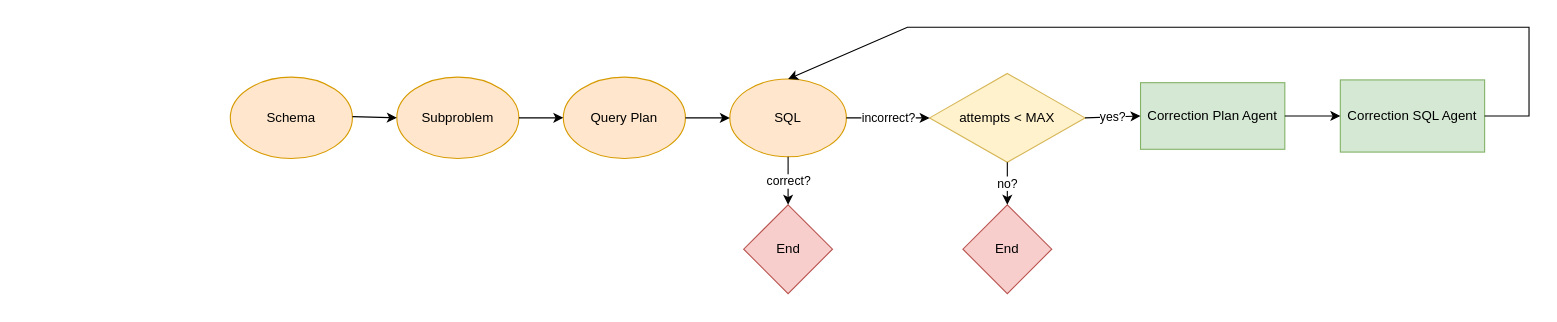
The draw.io diagram flowchart.drawio in shollercoaster/multiagent-finetuning, before the edit. Source tidied: cells renumbered, new cells numbered last; positions are measured from the earlier drawing's top-left corner, leaving out a move shared by most shapes. Both pictures are drawn from the tidied source at 111%, with x=0, y=0 at pixel (230, 27).
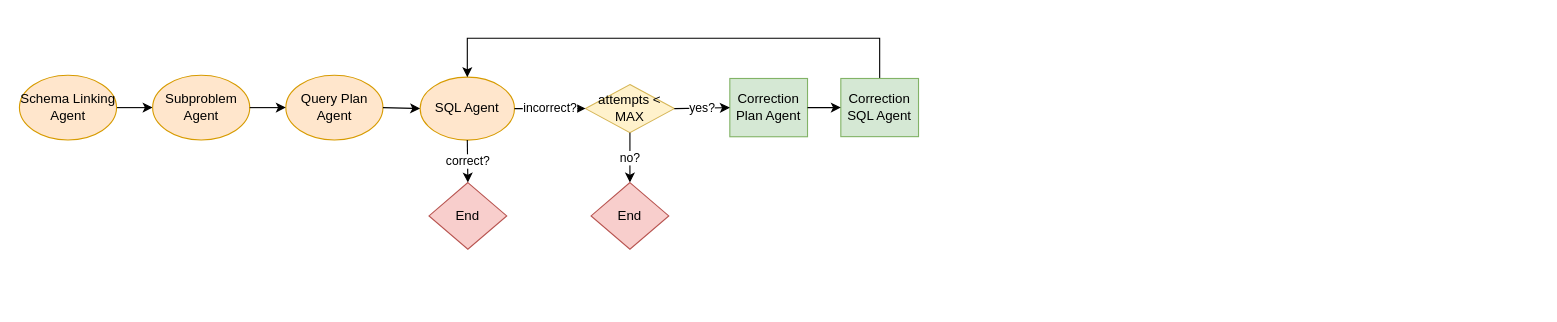
Above is the later version.

Diff of the diagram source:
```diff
@@
+    <mxCell id="21" style="edgeStyle=orthogonalEdgeStyle;rounded=0;jettySize=auto;html=1;exitX=1;exitY=0.5;exitDx=0;exitDy=0;entryX=0;entryY=0.5;entryDx=0;entryDy=0;" parent="1" edge="1" source="2" target="3">
+      <mxGeometry relative="1" as="geometry" />
+    </mxCell>
-    <mxCell id="2" value="Schema" style="ellipse;whiteSpace=wrap;html=1;fillColor=#ffe6cc;strokeColor=#d79b00;" parent="1" vertex="1">
-      <mxGeometry y="45" width="110" height="73.3" as="geometry" />
+    <mxCell id="2" value="Schema Linking Agent" style="ellipse;whiteSpace=wrap;html=1;fillColor=#ffe6cc;strokeColor=#d79b00;" parent="1" vertex="1">
+      <mxGeometry x="-190" y="43.3" width="87.5" height="58.3" as="geometry" />
     </mxCell>
-    <mxCell id="3" value="Subproblem" style="ellipse;whiteSpace=wrap;html=1;fillColor=#ffe6cc;strokeColor=#d79b00;" parent="1" vertex="1">
-      <mxGeometry x="150" y="45" width="110" height="73.3" as="geometry" />
+    <mxCell id="3" value="Subproblem Agent" style="ellipse;whiteSpace=wrap;html=1;fillColor=#ffe6cc;strokeColor=#d79b00;" parent="1" vertex="1">
+      <mxGeometry x="-70" y="43.3" width="87.5" height="58.3" as="geometry" />
     </mxCell>
-    <mxCell id="4" value="Query Plan" style="ellipse;whiteSpace=wrap;html=1;fillColor=#ffe6cc;strokeColor=#d79b00;" parent="1" vertex="1">
-      <mxGeometry x="300" y="45" width="110" height="73.3" as="geometry" />
+    <mxCell id="4" value="Query Plan Agent" style="ellipse;whiteSpace=wrap;html=1;fillColor=#ffe6cc;strokeColor=#d79b00;" parent="1" vertex="1">
+      <mxGeometry x="50" y="43.3" width="87.5" height="58.3" as="geometry" />
     </mxCell>
-    <mxCell id="5" value="SQL" style="ellipse;whiteSpace=wrap;html=1;fillColor=#ffe6cc;strokeColor=#d79b00;" parent="1" vertex="1">
-      <mxGeometry x="450" y="46.7" width="105" height="70" as="geometry" />
+    <mxCell id="5" value="SQL Agent" style="ellipse;whiteSpace=wrap;html=1;fillColor=#ffe6cc;strokeColor=#d79b00;" parent="1" vertex="1">
+      <mxGeometry x="171" y="45" width="85" height="56.7" as="geometry" />
     </mxCell>
-    <mxCell id="6" style="endArrow=classic;html=1;rounded=0;entryX=0;entryY=0.5;entryDx=0;entryDy=0;" parent="1" edge="1" target="3">
-      <mxGeometry relative="1" as="geometry">
-        <mxPoint x="110" y="80.6" as="sourcePoint" />
-      </mxGeometry>
-    </mxCell>
@@
     <mxCell id="9" value="End" style="rhombus;whiteSpace=wrap;html=1;fillColor=#f8cecc;strokeColor=#b85450;" parent="1" vertex="1">
-      <mxGeometry x="462.5" y="160" width="80" height="80" as="geometry" />
+      <mxGeometry x="179" y="140" width="70" height="60" as="geometry" />
     </mxCell>
@@
     <mxCell id="11" value="attempts &amp;lt; MAX" style="rhombus;whiteSpace=wrap;html=1;fillColor=#fff2cc;strokeColor=#d6b656;" parent="1" vertex="1">
-      <mxGeometry x="630" y="41.7" width="140" height="80" as="geometry" />
+      <mxGeometry x="320" y="51.7" width="80" height="43.3" as="geometry" />
     </mxCell>
@@
-    <mxCell id="13" value="End" style="rhombus;whiteSpace=wrap;html=1;fillColor=#f8cecc;strokeColor=#b85450;" parent="1" vertex="1">
-      <mxGeometry x="660" y="160" width="80" height="80" as="geometry" />
-    </mxCell>
     <mxCell id="14" value="no?" style="endArrow=classic;html=1;rounded=0;exitX=0.5;exitY=1;exitDx=0;exitDy=0;entryX=0.5;entryY=0;entryDx=0;entryDy=0;" parent="1" edge="1" source="11" target="13">
-      <mxGeometry relative="1" as="geometry" />
+      <mxGeometry relative="1" as="geometry">
+        <Array as="points">
+          <mxPoint x="360" y="140" />
+        </Array>
+      </mxGeometry>
     </mxCell>
     <mxCell id="15" value="Correction Plan Agent" style="rounded=0;whiteSpace=wrap;html=1;fillColor=#d5e8d4;strokeColor=#82b366;" parent="1" vertex="1">
-      <mxGeometry x="820" y="50" width="130" height="60" as="geometry" />
+      <mxGeometry x="450" y="46.2" width="70" height="52.5" as="geometry" />
     </mxCell>
@@
+    <mxCell id="19" style="edgeStyle=orthogonalEdgeStyle;rounded=0;jettySize=auto;html=1;exitX=0.5;exitY=0;exitDx=0;exitDy=0;entryX=0.5;entryY=0;entryDx=0;entryDy=0;" parent="1" edge="1" source="17" target="5">
+      <mxGeometry relative="1" as="geometry">
+        <Array as="points">
+          <mxPoint x="585" y="10" />
+          <mxPoint x="214" y="10" />
+        </Array>
+      </mxGeometry>
+    </mxCell>
     <mxCell id="17" value="Correction SQL Agent" style="rounded=0;whiteSpace=wrap;html=1;fillColor=#d5e8d4;strokeColor=#82b366;" parent="1" vertex="1">
-      <mxGeometry x="1000" y="47.5" width="130" height="65" as="geometry" />
+      <mxGeometry x="550" y="46.2" width="70" height="52.4" as="geometry" />
     </mxCell>
@@
-    <mxCell id="19" style="endArrow=classic;html=1;rounded=0;exitX=1;exitY=0.5;exitDx=0;exitDy=0;entryX=0.5;entryY=0;entryDx=0;entryDy=0;" parent="1" edge="1" source="17" target="5">
-      <mxGeometry relative="1" as="geometry">
-        <Array as="points">
-          <mxPoint x="1170" y="80" />
-          <mxPoint x="1170" y="40" />
-          <mxPoint x="1170" />
-          <mxPoint x="610" />
-        </Array>
-      </mxGeometry>
-    </mxCell>
-    <mxCell id="20" style="edgeStyle=orthogonalEdgeStyle;rounded=0;orthogonalLoop=1;jettySize=auto;html=1;exitX=0.5;exitY=1;exitDx=0;exitDy=0;" parent="1" edge="1" source="13" target="13">
-      <mxGeometry relative="1" as="geometry" />
+    <mxCell id="20" style="edgeStyle=orthogonalEdgeStyle;rounded=0;orthogonalLoop=1;jettySize=auto;html=1;exitX=0.5;exitY=1;exitDx=0;exitDy=0;" parent="1" edge="1">
+      <mxGeometry relative="1" as="geometry">
+        <mxPoint x="365" y="210" as="sourcePoint" />
+        <mxPoint x="365" y="210" as="targetPoint" />
+      </mxGeometry>
     </mxCell>
+    <mxCell id="13" value="End" style="rhombus;whiteSpace=wrap;html=1;fillColor=#f8cecc;strokeColor=#b85450;" parent="1" vertex="1">
+      <mxGeometry x="325" y="140" width="70" height="60" as="geometry" />
+    </mxCell>
```
